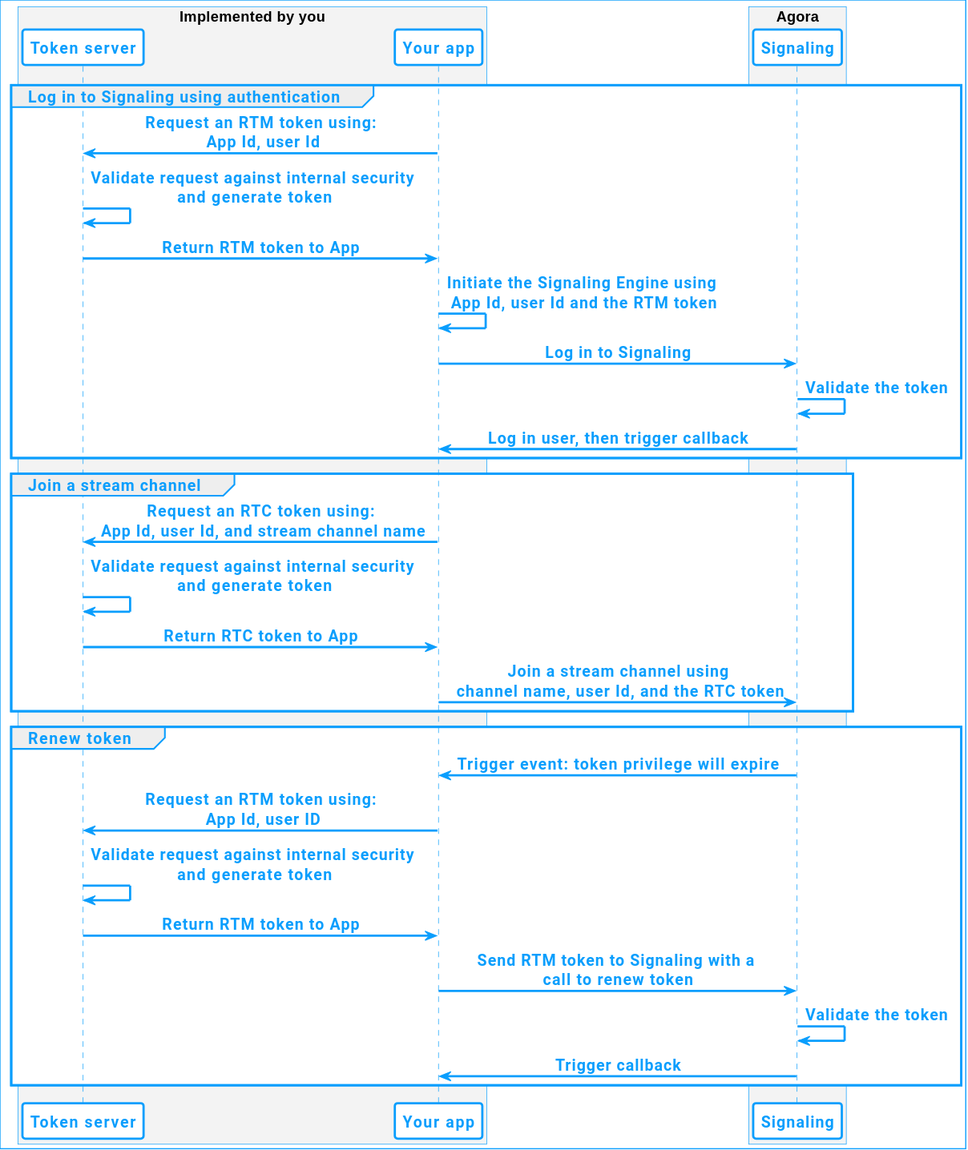
Before: assets/images/signaling/authentication-workflow.svg, a diagram exported from PlantUML (AgoraIO/Docs-Source).
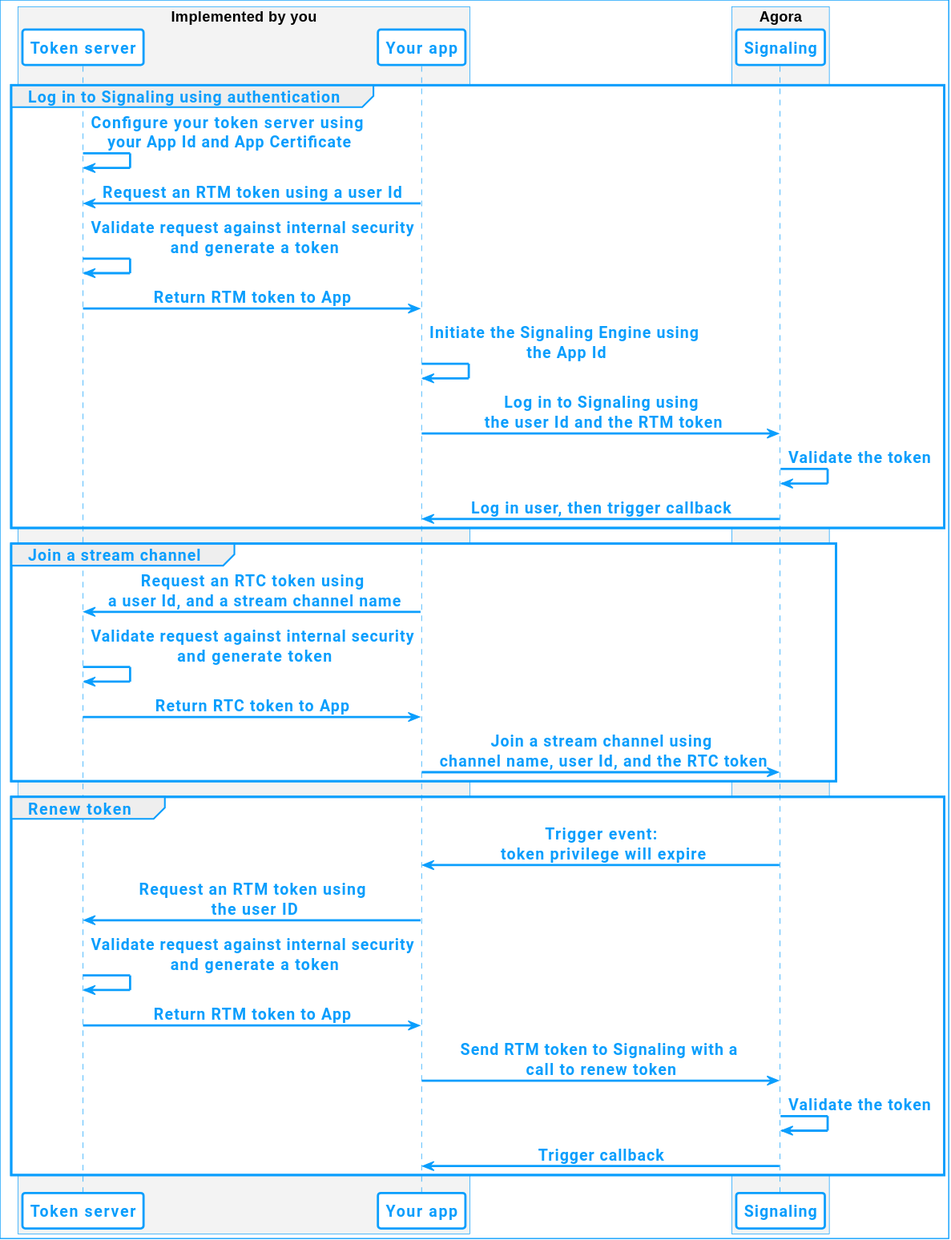
Later version of the same file.

What changed in the source:
```diff
@@ -1,5 +1,5 @@
 @startuml
-!include agora_skin.iuml
+!include ../video-sdk/agora_skin.iuml
 
 
 box "Implemented by you"
@@ -16,26 +16,27 @@
 end box
 
 group Log in to Signaling using authentication
-APP -> TS: Request an RTM token using:\n App Id, user Id
-TS -> TS: Validate request against internal security\n and generate token
+TS -> TS: Configure your token server using\n your App Id and App Certificate
+APP -> TS: Request an RTM token using a user Id
+TS -> TS: Validate request against internal security\n and generate a token
 TS -> APP: Return RTM token to App
-APP -> APP: Initiate the Signaling Engine using\n App Id, user Id and the RTM token
-APP -> API: Log in to Signaling
+APP -> APP: Initiate the Signaling Engine using\n the App Id
+APP -> API: Log in to Signaling using\n the user Id and the RTM token
 API -> API: Validate the token
 API -> APP: Log in user, then trigger callback
 end
 
 group Join a stream channel
-APP -> TS: Request an RTC token using:\n App Id, user Id, and stream channel name
+APP -> TS: Request an RTC token using\n a user Id, and a stream channel name
 TS -> TS: Validate request against internal security\n and generate token
 TS -> APP: Return RTC token to App
 APP -> API: Join a stream channel using\n channel name, user Id, and the RTC token
 end
 
 group Renew token
-API -> APP: Trigger event: token privilege will expire
-APP -> TS: Request an RTM token using:\n App Id, user ID
-TS -> TS: Validate request against internal security\n and generate token
+API -> APP: Trigger event:\n token privilege will expire
+APP -> TS: Request an RTM token using\n the user ID
+TS -> TS: Validate request against internal security\n and generate a token
 TS -> APP: Return RTM token to App
 API <- APP: Send RTM token to Signaling with a \ncall to renew token
 API -> API: Validate the token
```
